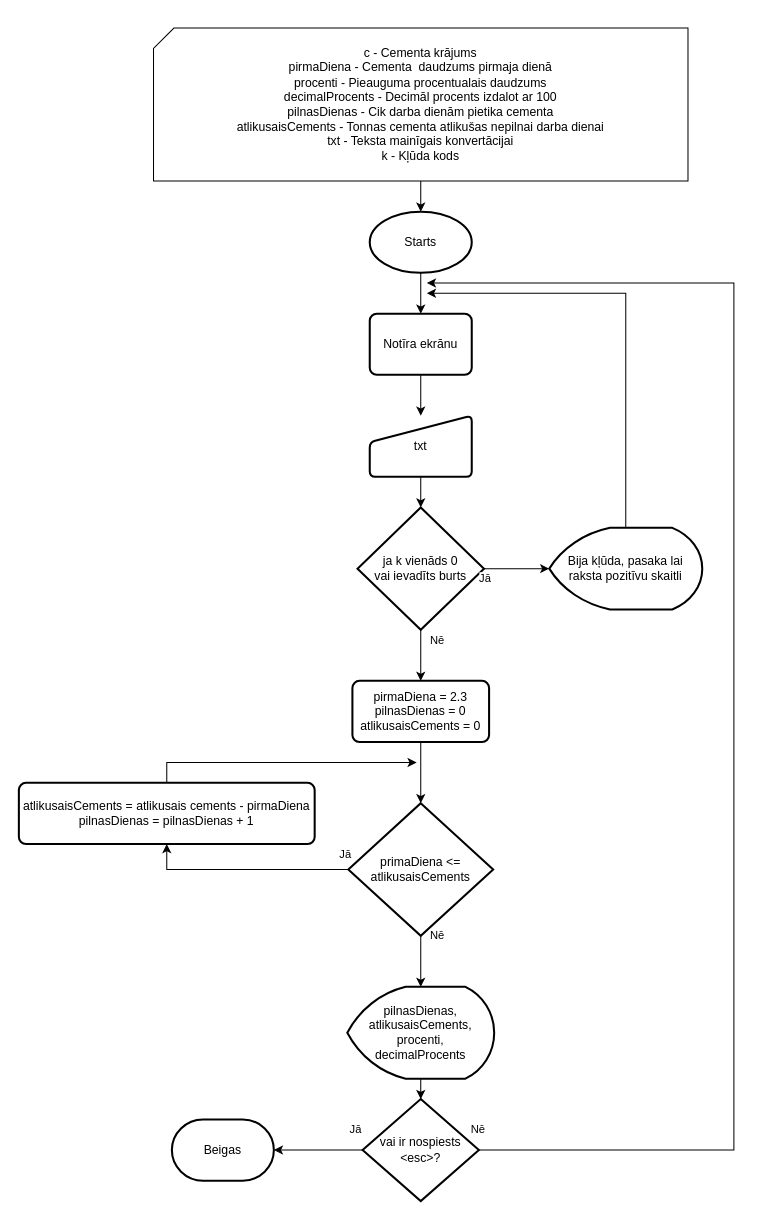
This is Algoritmu Iztrāde/UZVĀRDS_GRUPA_PD_4_Cements.drawio from GamebP/ovt, a draw.io file, before an edit. Source tidied: cells renumbered, new cells numbered last; positions are measured from the earlier drawing's top-left corner, leaving out a move shared by most shapes. Both pictures are drawn from the tidied source at 102%, with x=0, y=0 at pixel (18, 28).
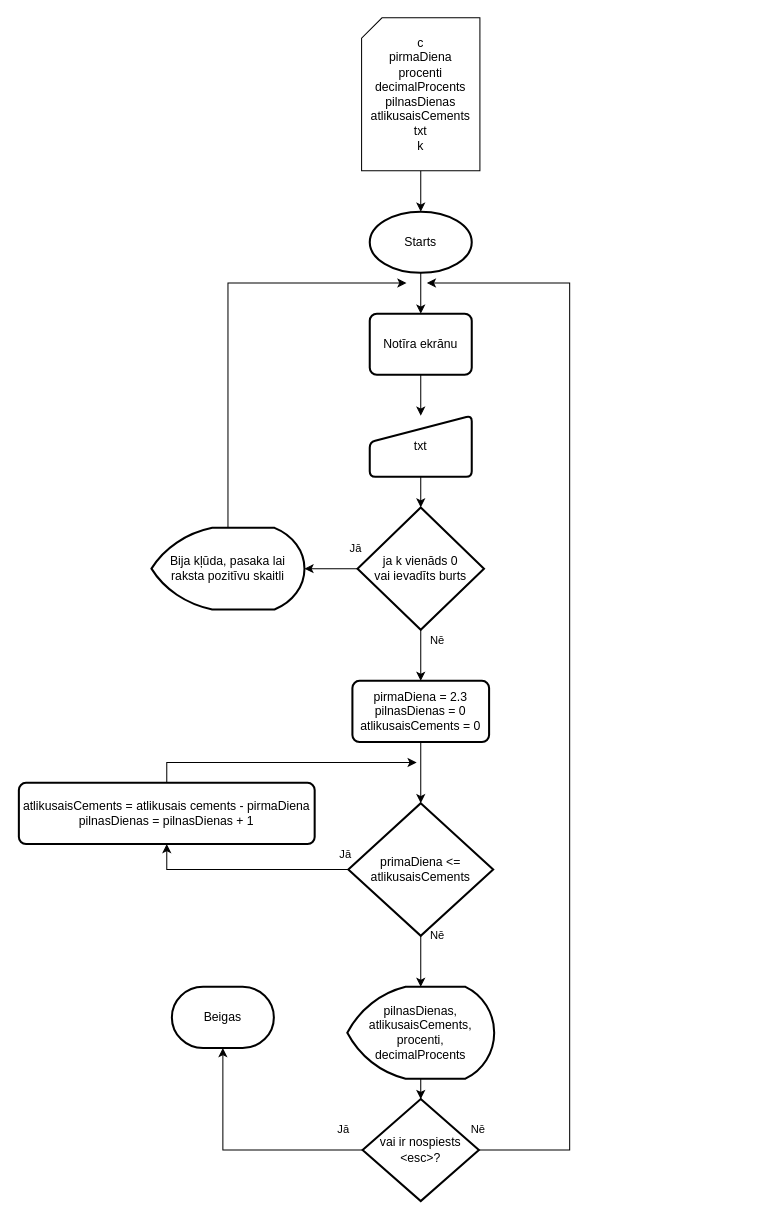
After the change.

The change refers to these unchanged cells:
```xml
<mxCell id="10" value="ja k vienāds 0&lt;br&gt;vai ievadīts burts" style="strokeWidth=2;html=1;shape=mxgraph.flowchart.decision;whiteSpace=wrap;" parent="1" vertex="1">
  <mxGeometry x="332" y="470" width="124" height="120" as="geometry" />
</mxCell>
<mxCell id="24" value="vai ir nospiests &amp;lt;esc&amp;gt;?" style="strokeWidth=2;html=1;shape=mxgraph.flowchart.decision;whiteSpace=wrap;" parent="1" vertex="1">
  <mxGeometry x="337" y="1050" width="114" height="100" as="geometry" />
</mxCell>
```

Diff of the diagram source:
```diff
@@
-    <mxCell id="5" value="c - Cementa krājums&lt;br&gt;pirmaDiena - Cementa&amp;nbsp; daudzums pirmaja dienā&lt;br&gt;procenti - Pieauguma procentualais daudzums&lt;br&gt;decimalProcents - Decimāl procents izdalot ar 100&lt;br&gt;pilnasDienas - Cik darba dienām pietika cementa&lt;br&gt;atlikusaisCements - Tonnas cementa atlikušas nepilnai darba dienai&lt;br&gt;txt - Teksta mainīgais konvertācijai&lt;br&gt;k - Kļūda kods" style="verticalLabelPosition=middle;verticalAlign=middle;html=1;shape=card;whiteSpace=wrap;size=20;arcSize=12;labelPosition=center;align=center;" parent="1" vertex="1">
-      <mxGeometry x="132" width="524" height="150" as="geometry" />
+    <mxCell id="5" value="&lt;div&gt;c&lt;/div&gt;&lt;div&gt;pirmaDiena&lt;/div&gt;&lt;div&gt;procenti&lt;/div&gt;&lt;div&gt;decimalProcents&lt;/div&gt;&lt;div&gt;pilnasDienas&lt;/div&gt;&lt;div&gt;atlikusaisCements&lt;/div&gt;&lt;div&gt;txt&lt;/div&gt;&lt;div&gt;k&lt;/div&gt;" style="verticalLabelPosition=middle;verticalAlign=middle;html=1;shape=card;whiteSpace=wrap;size=20;arcSize=12;labelPosition=center;align=center;" parent="1" vertex="1">
+      <mxGeometry x="336" y="-10" width="116" height="150" as="geometry" />
     </mxCell>
@@
     <mxCell id="12" style="edgeStyle=orthogonalEdgeStyle;rounded=0;jettySize=auto;html=1;exitX=0.5;exitY=0;exitDx=0;exitDy=0;exitPerimeter=0;" parent="1" edge="1" source="13">
       <mxGeometry relative="1" as="geometry">
-        <mxPoint x="400" y="260" as="targetPoint" />
+        <mxPoint x="380" y="250" as="targetPoint" />
         <Array as="points">
-          <mxPoint x="595" y="260" />
+          <mxPoint x="205" y="250" />
+          <mxPoint x="380" y="250" />
         </Array>
       </mxGeometry>
     </mxCell>
     <mxCell id="13" value="Bija kļūda, pasaka lai raksta pozitīvu skaitli" style="strokeWidth=2;html=1;shape=mxgraph.flowchart.display;whiteSpace=wrap;" parent="1" vertex="1">
-      <mxGeometry x="520" y="490" width="150" height="80" as="geometry" />
+      <mxGeometry x="130" y="490" width="150" height="80" as="geometry" />
     </mxCell>
-    <mxCell id="14" value="Jā" style="edgeStyle=orthogonalEdgeStyle;rounded=0;jettySize=auto;html=1;entryX=0;entryY=0.5;entryDx=0;entryDy=0;entryPerimeter=0;" parent="1" edge="1" source="10" target="13">
-      <mxGeometry x="-0.97" y="-10" relative="1" as="geometry">
-        <Array as="points">
-          <mxPoint x="490" y="530" />
-          <mxPoint x="490" y="530" />
-        </Array>
-      </mxGeometry>
-    </mxCell>
@@
     <mxCell id="23" value="Nē" style="edgeStyle=orthogonalEdgeStyle;rounded=0;jettySize=auto;html=1;" parent="1" edge="1" source="24">
       <mxGeometry x="-1" y="20" relative="1" as="geometry">
         <mxPoint x="400" y="250" as="targetPoint" />
         <Array as="points">
-          <mxPoint x="701" y="1100" />
-          <mxPoint x="701" y="250" />
+          <mxPoint x="540" y="1100" />
+          <mxPoint x="540" y="250" />
         </Array>
         <mxPoint x="-1" as="offset" />
       </mxGeometry>
     </mxCell>
@@
     <mxCell id="26" value="Beigas" style="strokeWidth=2;html=1;shape=mxgraph.flowchart.terminator;whiteSpace=wrap;" parent="1" vertex="1">
-      <mxGeometry x="150" y="1070" width="100" height="60" as="geometry" />
+      <mxGeometry x="150" y="940" width="100" height="60" as="geometry" />
     </mxCell>
-    <mxCell id="27" value="Jā" style="edgeStyle=orthogonalEdgeStyle;rounded=0;jettySize=auto;html=1;entryX=1;entryY=0.5;entryDx=0;entryDy=0;entryPerimeter=0;" parent="1" edge="1" source="24" target="26">
-      <mxGeometry x="-0.84" y="-20" relative="1" as="geometry" />
+    <mxCell id="27" value="Jā" style="edgeStyle=orthogonalEdgeStyle;rounded=0;jettySize=auto;html=1;entryX=0.5;entryY=1;entryDx=0;entryDy=0;entryPerimeter=0;" parent="1" edge="1" source="24" target="26">
+      <mxGeometry x="-0.84" y="-20" relative="1" as="geometry">
+        <Array as="points">
+          <mxPoint x="200" y="1100" />
+        </Array>
+      </mxGeometry>
     </mxCell>
+    <mxCell id="14" value="Jā" style="edgeStyle=orthogonalEdgeStyle;rounded=0;jettySize=auto;html=1;entryX=1;entryY=0.5;entryDx=0;entryDy=0;entryPerimeter=0;" parent="1" edge="1" source="10" target="13">
+      <mxGeometry x="-0.92" y="-20" relative="1" as="geometry" />
+    </mxCell>
```
